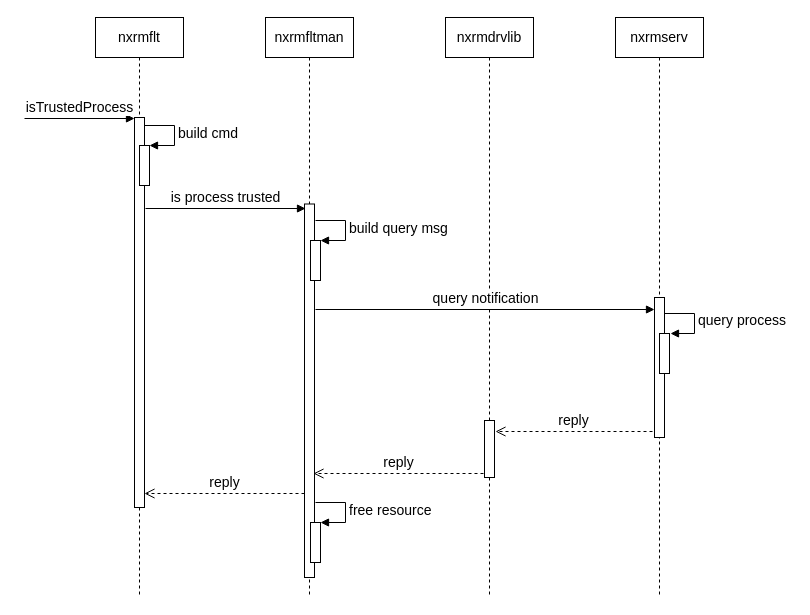
Earlier version of the draw.io diagram page "Page-5" (5 of 5) of ectr_detail.drawio (linfenwen/draw_io). Source tidied: cells renumbered, new cells numbered last; positions are measured from the earlier drawing's top-left corner, leaving out a move shared by most shapes. Both pictures are drawn from the tidied source at 100%, with x=0, y=0 at pixel (24, 17).
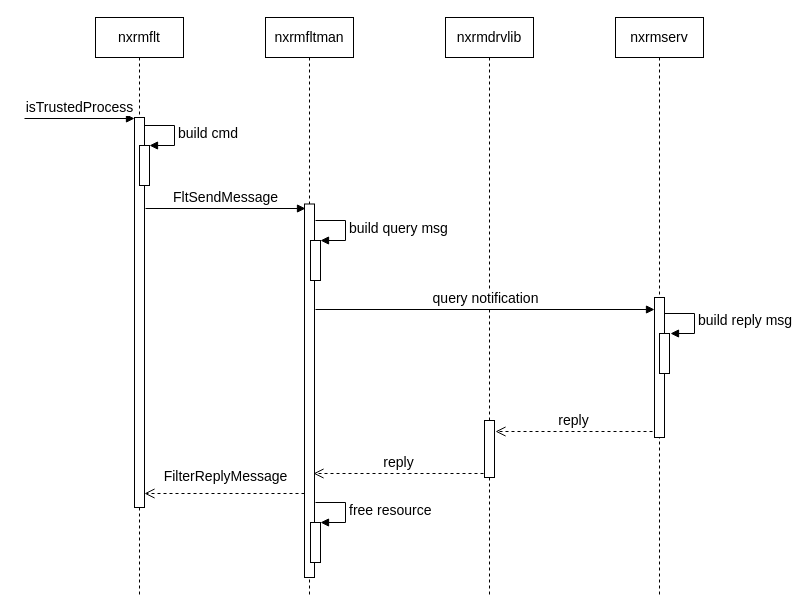
After the change.

Unchanged cells that the change refers to:
```xml
<mxCell id="2" value="nxrmserv" style="shape=umlLifeline;perimeter=lifelinePerimeter;whiteSpace=wrap;html=1;fontSize=14;" parent="1" vertex="1">
  <mxGeometry x="591" width="88" height="580" as="geometry" />
</mxCell>
```

Diff of the diagram source:
```diff
@@
-    <mxCell id="5" value="query process" style="edgeStyle=orthogonalEdgeStyle;html=1;align=left;spacingLeft=2;endArrow=block;rounded=0;entryX=1;entryY=0;fontSize=14;" parent="2" edge="1">
+    <mxCell id="5" value="build reply msg" style="edgeStyle=orthogonalEdgeStyle;html=1;align=left;spacingLeft=2;endArrow=block;rounded=0;entryX=1;entryY=0;fontSize=14;" parent="2" edge="1">
       <mxGeometry relative="1" as="geometry">
         <mxPoint x="49" y="296" as="sourcePoint" />
         <mxPoint x="55" y="316" as="targetPoint" />
         <Array as="points">
           <mxPoint x="79" y="296" />
         </Array>
       </mxGeometry>
     </mxCell>
@@
-    <mxCell id="15" value="is process trusted" style="html=1;verticalAlign=bottom;endArrow=block;rounded=0;fontSize=14;" parent="1" edge="1">
+    <mxCell id="15" value="FltSendMessage" style="html=1;verticalAlign=bottom;endArrow=block;rounded=0;fontSize=14;" parent="1" edge="1">
       <mxGeometry relative="1" as="geometry">
         <mxPoint x="121" y="191" as="sourcePoint" />
         <mxPoint x="281" y="191" as="targetPoint" />
       </mxGeometry>
     </mxCell>
@@
-    <mxCell id="21" value="reply" style="html=1;verticalAlign=bottom;endArrow=open;dashed=1;endSize=8;rounded=0;fontSize=14;" parent="1" edge="1">
-      <mxGeometry relative="1" as="geometry">
+    <mxCell id="21" value="FilterReplyMessage" style="html=1;verticalAlign=bottom;endArrow=open;dashed=1;endSize=8;rounded=0;fontSize=14;" parent="1" edge="1">
+      <mxGeometry x="-0.01" y="-6" relative="1" as="geometry">
         <mxPoint x="280" y="476" as="sourcePoint" />
         <mxPoint x="120" y="476" as="targetPoint" />
       </mxGeometry>
     </mxCell>
```
